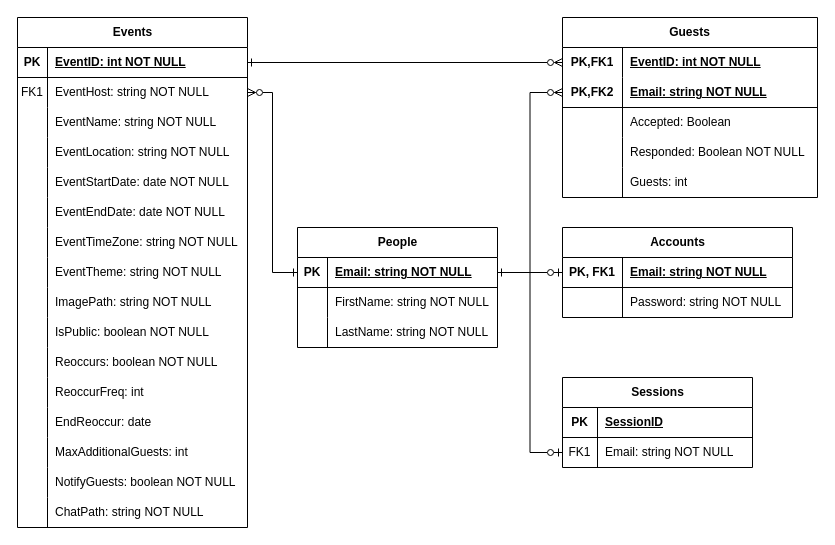
Before: Documents/AllEventlyERD.drawio in plewis10apsu/AllEvently, a draw.io diagram. Source tidied: cells renumbered, new cells numbered last; positions are measured from the earlier drawing's top-left corner, leaving out a move shared by most shapes. Both pictures are drawn from the tidied source at 100%, with x=0, y=0 at pixel (17, 17).
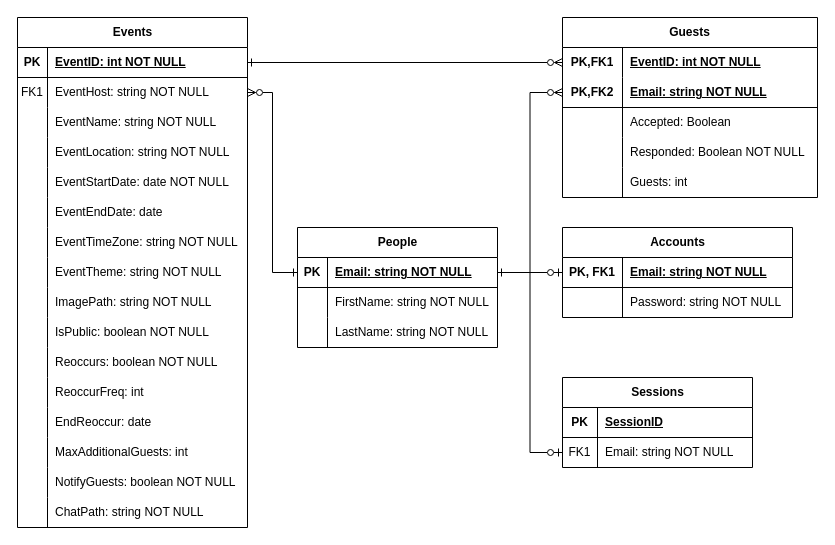
Above is the later version.

The change refers to these unchanged cells:
```xml
<mxCell id="18" style="shape=tableRow;horizontal=0;startSize=0;swimlaneHead=0;swimlaneBody=0;fillColor=none;top=0;left=0;right=0;bottom=0;" parent="2" vertex="1">
  <mxGeometry y="180" width="230" height="30" as="geometry" />
</mxCell>
```

Change to the diagram source:
```diff
@@
-    <mxCell id="20" value="EventEndDate: date NOT NULL" style="shape=partialRectangle;fillColor=none;top=0;left=0;bottom=0;right=0;align=left;spacingLeft=6;overflow=hidden;whiteSpace=wrap;html=1;" parent="18" vertex="1">
+    <mxCell id="20" value="EventEndDate: date" style="shape=partialRectangle;fillColor=none;top=0;left=0;bottom=0;right=0;align=left;spacingLeft=6;overflow=hidden;whiteSpace=wrap;html=1;" parent="18" vertex="1">
       <mxGeometry x="30" width="200" height="30" as="geometry" />
     </mxCell>
```
